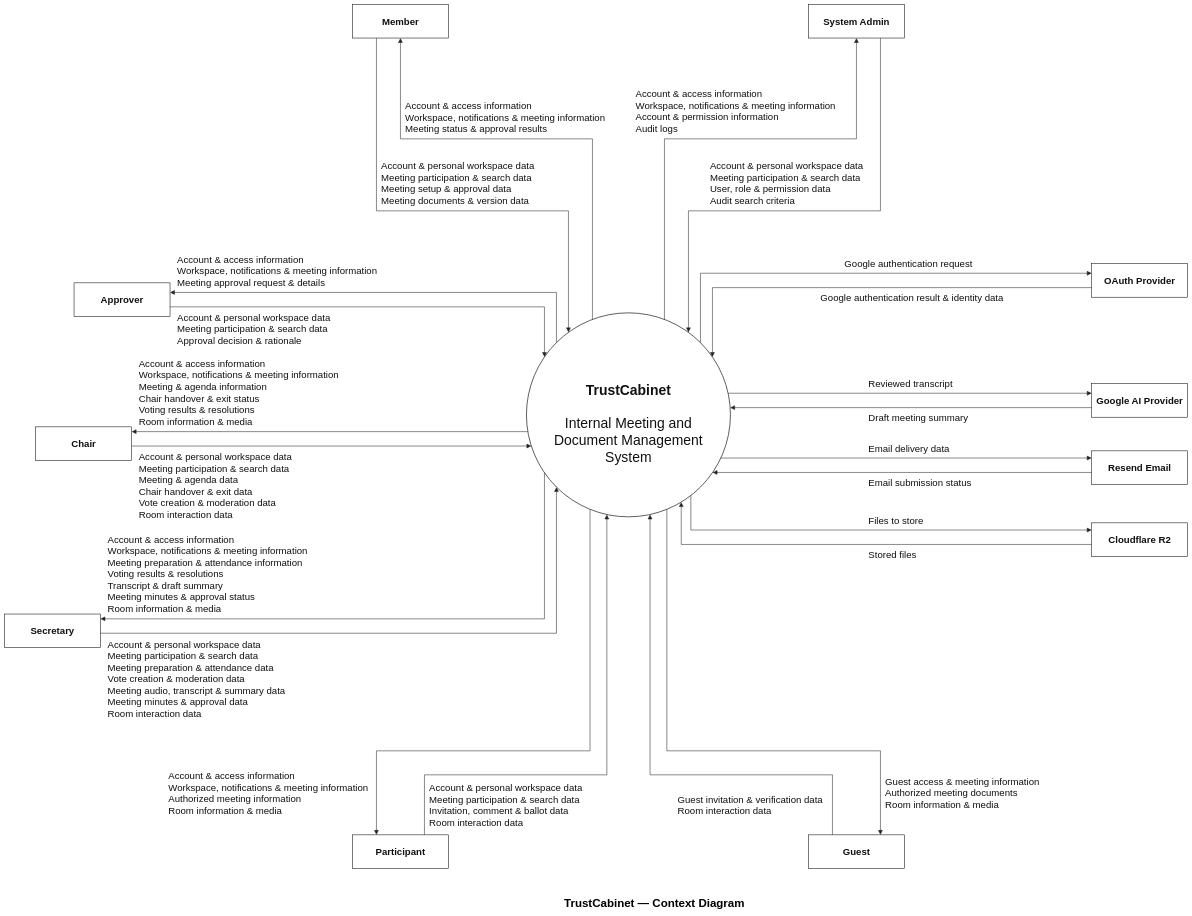
Above: docs/11-contextdiagram/trustcabinet-context.drawio in callmehai/FU-FA26-G116 (draw.io), before the change. Source tidied: cells renumbered, new cells numbered last; positions are measured from the earlier drawing's top-left corner, leaving out a move shared by most shapes. Both pictures are drawn from the tidied source at 24%, with x=0, y=0 at pixel (4, 4).
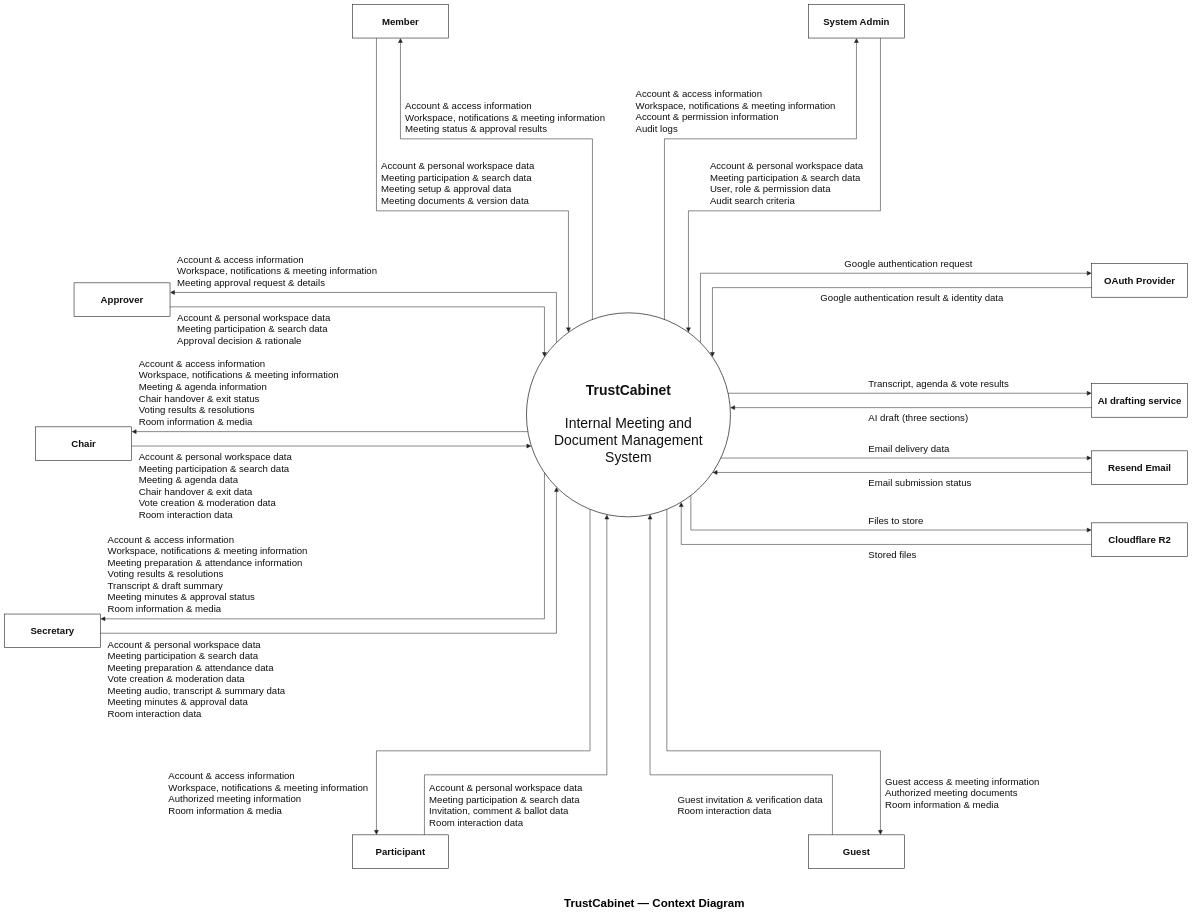
Above is the later version.

Commit message (it also covers changes not shown here):
[Docs] Sơ đồ ngữ cảnh: ô Google AI Provider → AI drafting service theo code (máy AI của nhóm hoặc API do Admin chọn, ADR-0054/0056), nhãn hai luồng theo dữ liệu thật

Diff of the diagram source:
```diff
@@
-    <mxCell id="12" value="Google AI Provider" style="rounded=0;whiteSpace=wrap;html=1;fillColor=#ffffff;strokeColor=#222222;strokeWidth=2.5;fontColor=#111111;fontFamily=Arial;fontSize=40;fontStyle=1;align=center;verticalAlign=middle;spacing=12;" parent="1" vertex="1">
+    <mxCell id="12" value="AI drafting service" style="rounded=0;whiteSpace=wrap;html=1;fillColor=#ffffff;strokeColor=#222222;strokeWidth=2.5;fontColor=#111111;fontFamily=Arial;fontSize=40;fontStyle=1;align=center;verticalAlign=middle;spacing=12;" parent="1" vertex="1">
       <mxGeometry x="4530" y="1580" width="400" height="140" as="geometry" />
     </mxCell>
@@
-    <mxCell id="48" value="Draft meeting summary" style="text;html=1;align=left;verticalAlign=middle;whiteSpace=nowrap;overflow=visible;strokeColor=none;fillColor=none;spacing=0;fontFamily=Arial;fontSize=40;fontColor=#111111;" parent="1" vertex="1">
+    <mxCell id="48" value="AI draft (three sections)" style="text;html=1;align=left;verticalAlign=middle;whiteSpace=nowrap;overflow=visible;strokeColor=none;fillColor=none;spacing=0;fontFamily=Arial;fontSize=40;fontColor=#111111;" parent="1" vertex="1">
       <mxGeometry x="3600" y="1694" width="436" height="55" as="geometry" />
     </mxCell>
@@
-    <mxCell id="50" value="Reviewed transcript" style="text;html=1;align=left;verticalAlign=middle;whiteSpace=nowrap;overflow=visible;strokeColor=none;fillColor=none;spacing=0;fontFamily=Arial;fontSize=40;fontColor=#111111;" parent="1" vertex="1">
+    <mxCell id="50" value="Transcript, agenda &amp; vote results" style="text;html=1;align=left;verticalAlign=middle;whiteSpace=nowrap;overflow=visible;strokeColor=none;fillColor=none;spacing=0;fontFamily=Arial;fontSize=40;fontColor=#111111;" parent="1" vertex="1">
       <mxGeometry x="3600" y="1551" width="373" height="55" as="geometry" />
     </mxCell>
```
